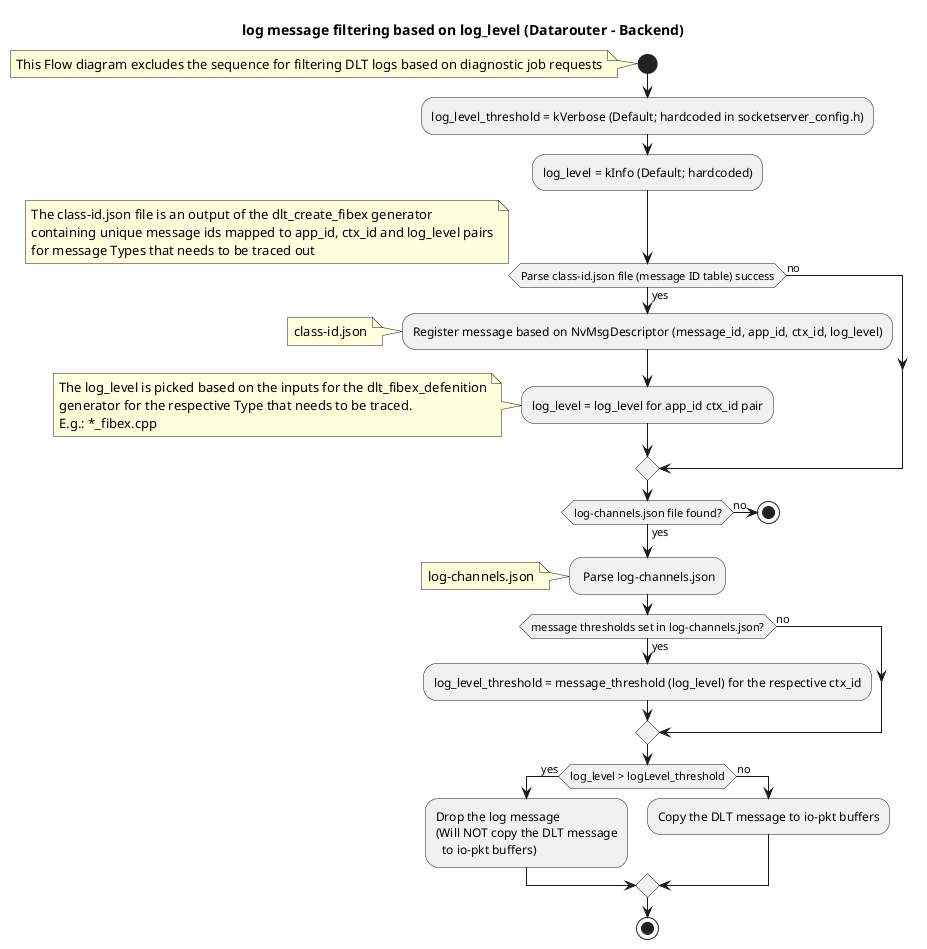
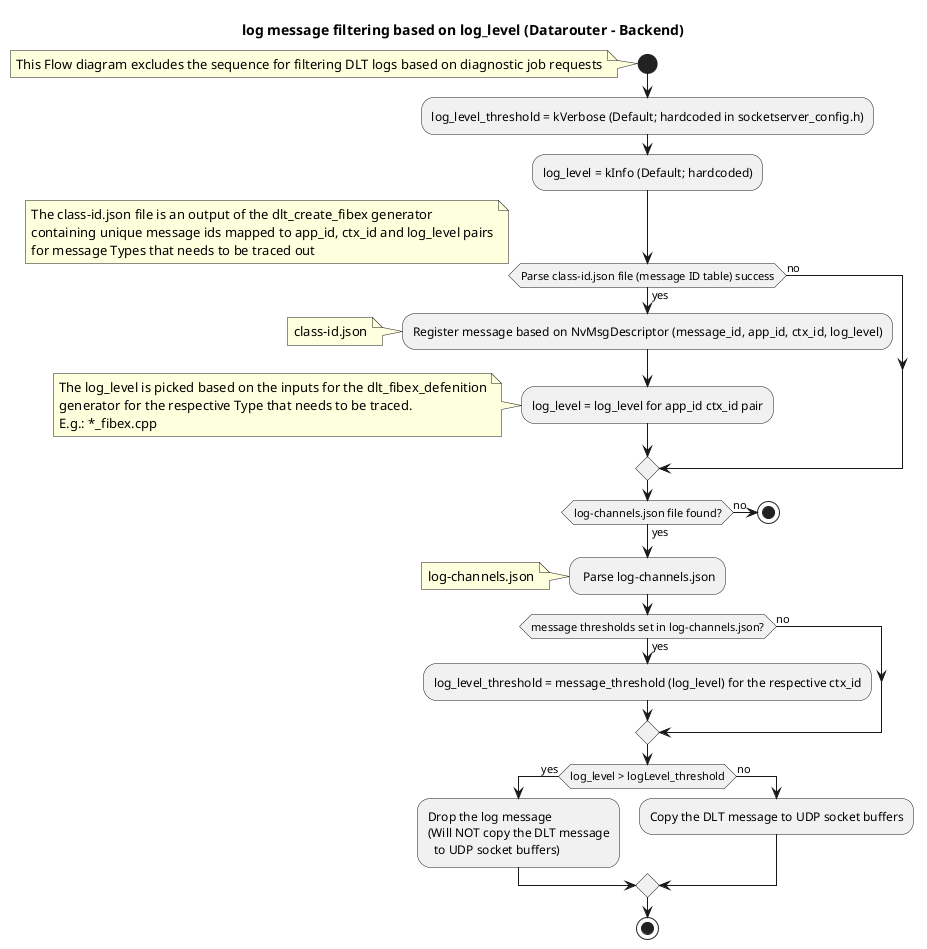
@startuml
title log message filtering based on log_level (Datarouter - Backend)

start

NOTE: This Flow diagram excludes the sequence for filtering DLT logs based on diagnostic job requests

:log_level_threshold = kVerbose (Default; hardcoded in socketserver_config.h);
:log_level = kInfo (Default; hardcoded);

    if (Parse class-id.json file (message ID table) success) then (yes)
    note left
         The class-id.json file is an output of the dlt_create_fibex generator
         containing unique message ids mapped to app_id, ctx_id and log_level pairs
         for message Types that needs to be traced out
    end note
            :Register message based on NvMsgDescriptor (message_id, app_id, ctx_id, log_level);
             NOTE: class-id.json
            :log_level = log_level for app_id ctx_id pair;
    note left
        The log_level is picked based on the inputs for the dlt_fibex_defenition
        generator for the respective Type that needs to be traced.
        E.g.: *_fibex.cpp
    end note
    else (no)
    endif

if (log-channels.json file found?) then (yes)
else (no)
     stop
endif

: Parse log-channels.json;
NOTE: log-channels.json

if (message thresholds set in log-channels.json?) then (yes)
   :log_level_threshold = message_threshold (log_level) for the respective ctx_id;
else (no)
   endif

if (log_level > logLevel_threshold) then (yes)
    :Drop the log message
    (Will NOT copy the DLT message
-       to io-pkt buffers);
+       to UDP socket buffers);
else (no)
-     :Copy the DLT message to io-pkt buffers;
+     :Copy the DLT message to UDP socket buffers;
endif

stop
@enduml
